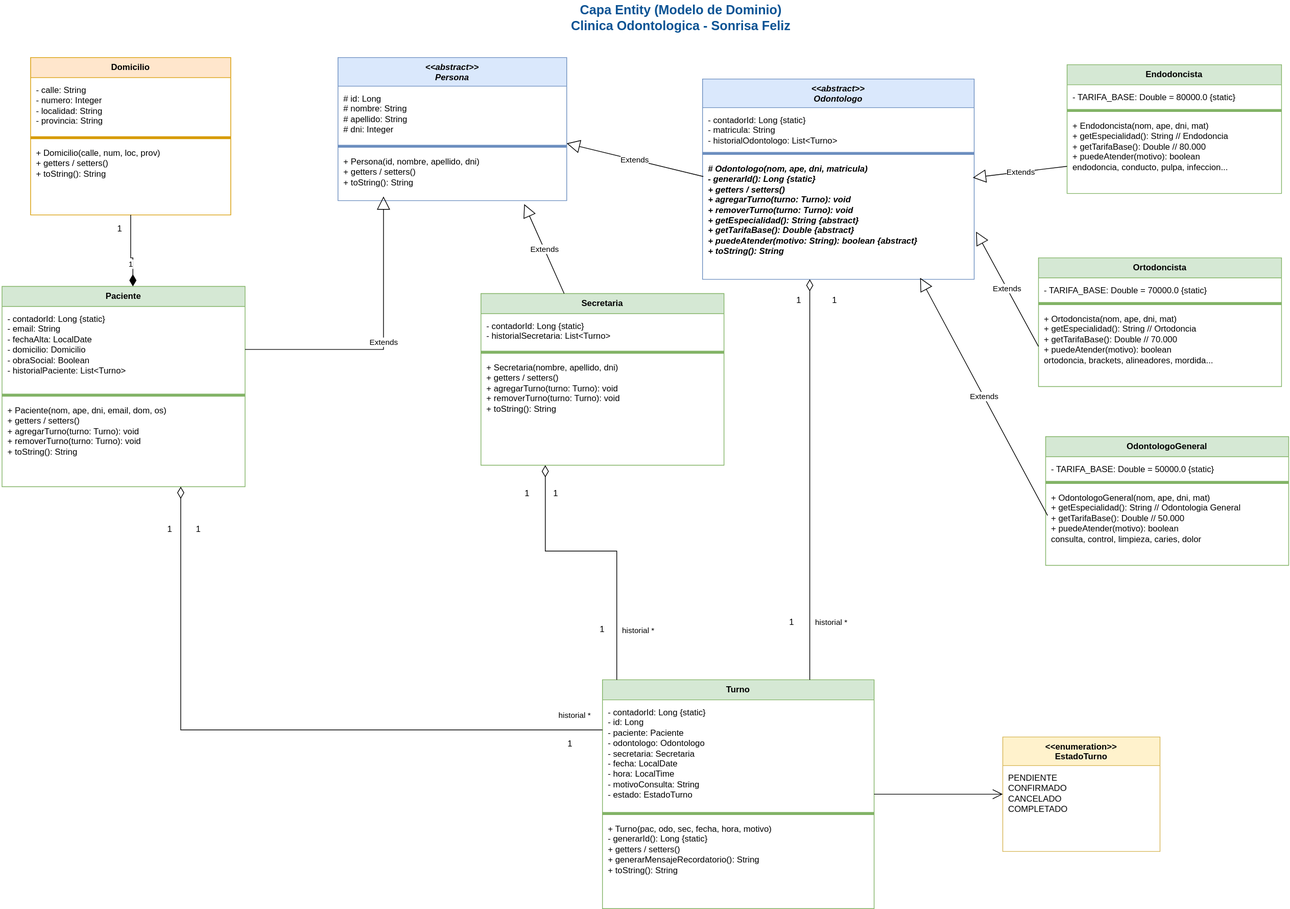
Above: uml_Entity.drawio.svg in bautista00/Proyecto_ClinicaOdontologica (draw.io), before the change. Source tidied: cells renumbered, new cells last; positions are measured from the earlier drawing's top-left corner, leaving out a move shared by most shapes.
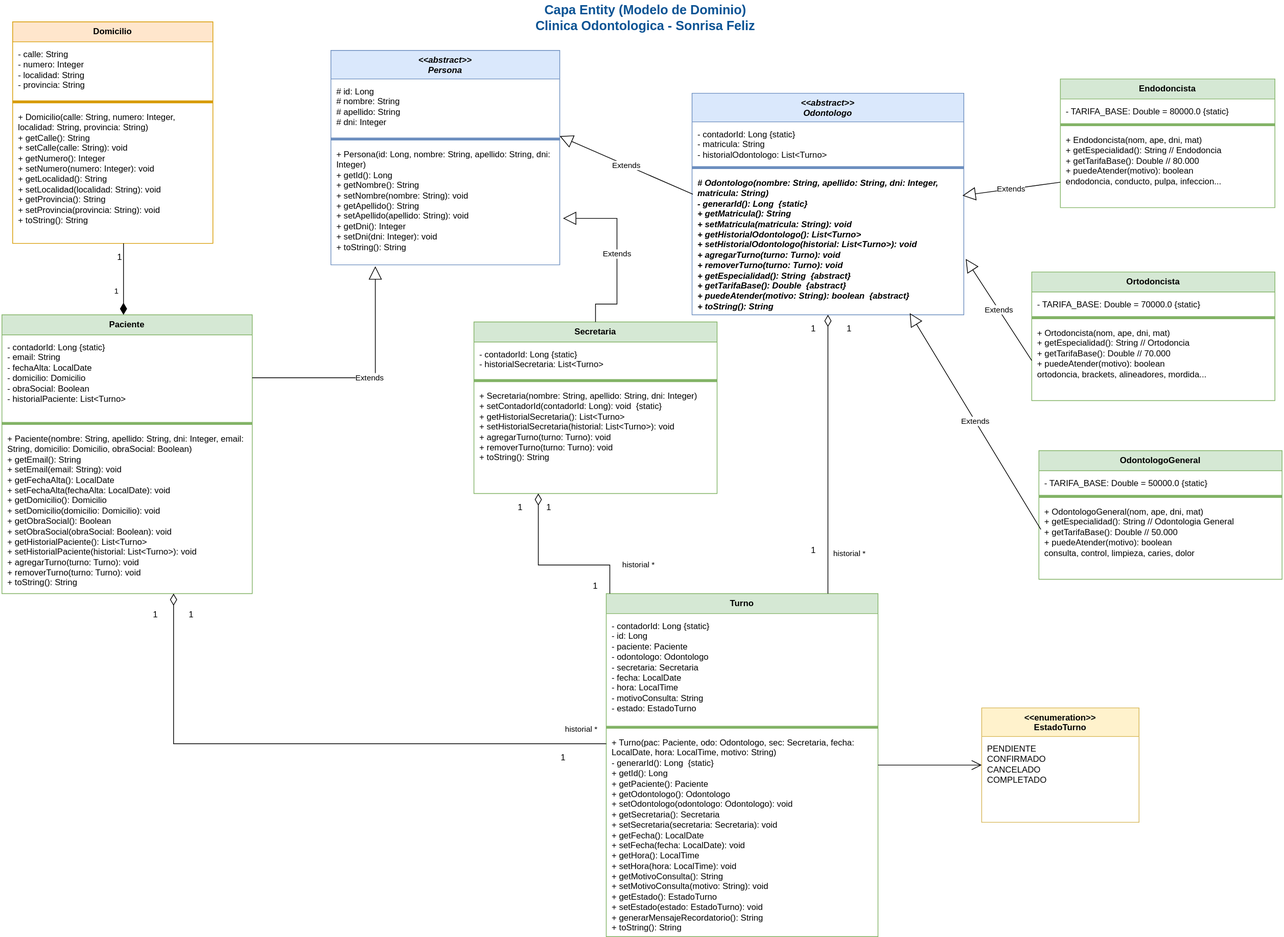
The same diagram one commit later.

Diff of the diagram source:
```diff
@@ -3,10 +3,10 @@
     <mxCell id="0" />
     <mxCell id="1" parent="0" />
     <mxCell id="2" value="Capa Entity (Modelo de Dominio)&#10;Clinica Odontologica - Sonrisa Feliz" style="text;html=1;strokeColor=none;fillColor=none;align=center;verticalAlign=middle;whiteSpace=wrap;rounded=0;fontSize=18;fontStyle=1;fontColor=#0B5394;" parent="1" vertex="1">
-      <mxGeometry x="600" width="700" height="50" as="geometry" />
+      <mxGeometry x="560" y="-20" width="700" height="50" as="geometry" />
     </mxCell>
     <mxCell id="3" value="&lt;&lt;abstract&gt;&gt;&#10;Persona" style="swimlane;fontStyle=3;align=center;verticalAlign=top;horizontal=1;startSize=40;horizontalStackLayout=0;fillColor=#dae8fc;strokeColor=#6c8ebf;" parent="1" vertex="1">
-      <mxGeometry x="470" y="80" width="320" height="200" as="geometry" />
+      <mxGeometry x="470" y="50" width="320" height="300" as="geometry" />
     </mxCell>
     <mxCell id="4" value="# id: Long&#10;# nombre: String&#10;# apellido: String&#10;# dni: Integer" style="text;strokeColor=none;fillColor=none;align=left;verticalAlign=top;spacingLeft=6;spacingTop=4;whiteSpace=wrap;" parent="3" vertex="1">
       <mxGeometry y="40" width="320" height="80" as="geometry" />
@@ -14,11 +14,11 @@
     <mxCell id="5" style="line;strokeColor=#6c8ebf;" parent="3" vertex="1">
       <mxGeometry y="120" width="320" height="8" as="geometry" />
     </mxCell>
-    <mxCell id="6" value="+ Persona(id, nombre, apellido, dni)&#10;+ getters / setters()&#10;+ toString(): String" style="text;strokeColor=none;fillColor=none;align=left;verticalAlign=top;spacingLeft=6;spacingTop=4;whiteSpace=wrap;" parent="3" vertex="1">
-      <mxGeometry y="128" width="320" height="72" as="geometry" />
+    <mxCell id="6" value="+ Persona(id: Long, nombre: String, apellido: String, dni: Integer)&#10;+ getId(): Long&#10;+ getNombre(): String&#10;+ setNombre(nombre: String): void&#10;+ getApellido(): String&#10;+ setApellido(apellido: String): void&#10;+ getDni(): Integer&#10;+ setDni(dni: Integer): void&#10;+ toString(): String" style="text;strokeColor=none;fillColor=none;align=left;verticalAlign=top;spacingLeft=6;spacingTop=4;whiteSpace=wrap;" parent="3" vertex="1">
+      <mxGeometry y="128" width="320" height="172" as="geometry" />
     </mxCell>
     <mxCell id="7" value="Domicilio" style="swimlane;fontStyle=1;align=center;verticalAlign=top;horizontal=1;startSize=28;horizontalStackLayout=0;fillColor=#ffe6cc;strokeColor=#d79b00;" parent="1" vertex="1">
-      <mxGeometry x="40" y="80" width="280" height="220" as="geometry" />
+      <mxGeometry x="25" y="10" width="280" height="310" as="geometry" />
     </mxCell>
     <mxCell id="8" value="- calle: String&#10;- numero: Integer&#10;- localidad: String&#10;- provincia: String" style="text;strokeColor=none;fillColor=none;align=left;verticalAlign=top;spacingLeft=6;spacingTop=4;whiteSpace=wrap;" parent="7" vertex="1">
       <mxGeometry y="28" width="280" height="80" as="geometry" />
@@ -26,23 +26,23 @@
     <mxCell id="9" style="line;strokeColor=#d79b00;" parent="7" vertex="1">
       <mxGeometry y="108" width="280" height="8" as="geometry" />
     </mxCell>
-    <mxCell id="10" value="+ Domicilio(calle, num, loc, prov)&#10;+ getters / setters()&#10;+ toString(): String" style="text;strokeColor=none;fillColor=none;align=left;verticalAlign=top;spacingLeft=6;spacingTop=4;whiteSpace=wrap;" parent="7" vertex="1">
-      <mxGeometry y="116" width="280" height="104" as="geometry" />
+    <mxCell id="10" value="+ Domicilio(calle: String, numero: Integer, localidad: String, provincia: String)&#10;+ getCalle(): String&#10;+ setCalle(calle: String): void&#10;+ getNumero(): Integer&#10;+ setNumero(numero: Integer): void&#10;+ getLocalidad(): String&#10;+ setLocalidad(localidad: String): void&#10;+ getProvincia(): String&#10;+ setProvincia(provincia: String): void&#10;+ toString(): String" style="text;strokeColor=none;fillColor=none;align=left;verticalAlign=top;spacingLeft=6;spacingTop=4;whiteSpace=wrap;" parent="7" vertex="1">
+      <mxGeometry y="116" width="280" height="194" as="geometry" />
     </mxCell>
     <mxCell id="11" value="Paciente" style="swimlane;fontStyle=1;align=center;verticalAlign=top;horizontal=1;startSize=28;horizontalStackLayout=0;fillColor=#d5e8d4;strokeColor=#82b366;" parent="1" vertex="1">
-      <mxGeometry y="400" width="340" height="280" as="geometry" />
+      <mxGeometry x="10" y="420" width="350" height="390" as="geometry" />
     </mxCell>
     <mxCell id="12" value="- contadorId: Long  {static}&#10;- email: String&#10;- fechaAlta: LocalDate&#10;- domicilio: Domicilio&#10;- obraSocial: Boolean&#10;- historialPaciente: List&lt;Turno&gt;" style="text;strokeColor=none;fillColor=none;align=left;verticalAlign=top;spacingLeft=6;spacingTop=4;whiteSpace=wrap;" parent="11" vertex="1">
-      <mxGeometry y="28" width="340" height="120" as="geometry" />
+      <mxGeometry y="28" width="350" height="120" as="geometry" />
     </mxCell>
     <mxCell id="13" style="line;strokeColor=#82b366;" parent="11" vertex="1">
-      <mxGeometry y="148" width="340" height="8" as="geometry" />
+      <mxGeometry y="148" width="350" height="8" as="geometry" />
     </mxCell>
-    <mxCell id="14" value="+ Paciente(nom, ape, dni, email, dom, os)&#10;+ getters / setters()&#10;+ agregarTurno(turno: Turno): void&#10;+ removerTurno(turno: Turno): void&#10;+ toString(): String" style="text;strokeColor=none;fillColor=none;align=left;verticalAlign=top;spacingLeft=6;spacingTop=4;whiteSpace=wrap;" parent="11" vertex="1">
-      <mxGeometry y="156" width="340" height="124" as="geometry" />
+    <mxCell id="14" value="+ Paciente(nombre: String, apellido: String, dni: Integer, email: String, domicilio: Domicilio, obraSocial: Boolean)&#10;+ getEmail(): String&#10;+ setEmail(email: String): void&#10;+ getFechaAlta(): LocalDate&#10;+ setFechaAlta(fechaAlta: LocalDate): void&#10;+ getDomicilio(): Domicilio&#10;+ setDomicilio(domicilio: Domicilio): void&#10;+ getObraSocial(): Boolean&#10;+ setObraSocial(obraSocial: Boolean): void&#10;+ getHistorialPaciente(): List&lt;Turno&gt;&#10;+ setHistorialPaciente(historial: List&lt;Turno&gt;): void&#10;+ agregarTurno(turno: Turno): void&#10;+ removerTurno(turno: Turno): void&#10;+ toString(): String" style="text;strokeColor=none;fillColor=none;align=left;verticalAlign=top;spacingLeft=6;spacingTop=4;whiteSpace=wrap;" parent="11" vertex="1">
+      <mxGeometry y="156" width="350" height="234" as="geometry" />
     </mxCell>
     <mxCell id="15" value="&lt;&lt;abstract&gt;&gt;&#10;Odontologo" style="swimlane;fontStyle=3;align=center;verticalAlign=top;horizontal=1;startSize=40;horizontalStackLayout=0;fillColor=#dae8fc;strokeColor=#6c8ebf;" parent="1" vertex="1">
-      <mxGeometry x="980" y="110" width="380" height="280" as="geometry" />
+      <mxGeometry x="975" y="110" width="380" height="310" as="geometry" />
     </mxCell>
     <mxCell id="16" value="- contadorId: Long  {static}&#10;- matricula: String&#10;- historialOdontologo: List&lt;Turno&gt;" style="text;strokeColor=none;fillColor=none;align=left;verticalAlign=top;spacingLeft=6;spacingTop=4;whiteSpace=wrap;" parent="15" vertex="1">
       <mxGeometry y="40" width="380" height="60" as="geometry" />
@@ -50,11 +50,11 @@
     <mxCell id="17" style="line;strokeColor=#6c8ebf;" parent="15" vertex="1">
       <mxGeometry y="100" width="380" height="8" as="geometry" />
     </mxCell>
-    <mxCell id="18" value="# Odontologo(nom, ape, dni, matricula)&#10;- generarId(): Long  {static}&#10;+ getters / setters()&#10;+ agregarTurno(turno: Turno): void&#10;+ removerTurno(turno: Turno): void&#10;+ getEspecialidad(): String   {abstract}&#10;+ getTarifaBase(): Double   {abstract}&#10;+ puedeAtender(motivo: String): boolean   {abstract}&#10;+ toString(): String" style="text;strokeColor=none;fillColor=none;align=left;verticalAlign=top;spacingLeft=6;spacingTop=4;whiteSpace=wrap;fontStyle=3;" parent="15" vertex="1">
-      <mxGeometry y="108" width="380" height="172" as="geometry" />
+    <mxCell id="18" value="# Odontologo(nombre: String, apellido: String, dni: Integer, matricula: String)&#10;- generarId(): Long  {static}&#10;+ getMatricula(): String&#10;+ setMatricula(matricula: String): void&#10;+ getHistorialOdontologo(): List&lt;Turno&gt;&#10;+ setHistorialOdontologo(historial: List&lt;Turno&gt;): void&#10;+ agregarTurno(turno: Turno): void&#10;+ removerTurno(turno: Turno): void&#10;+ getEspecialidad(): String  {abstract}&#10;+ getTarifaBase(): Double  {abstract}&#10;+ puedeAtender(motivo: String): boolean  {abstract}&#10;+ toString(): String" style="text;strokeColor=none;fillColor=none;align=left;verticalAlign=top;spacingLeft=6;spacingTop=4;whiteSpace=wrap;fontStyle=3;" parent="15" vertex="1">
+      <mxGeometry y="108" width="380" height="202" as="geometry" />
     </mxCell>
     <mxCell id="19" value="Secretaria" style="swimlane;fontStyle=1;align=center;verticalAlign=top;horizontal=1;startSize=28;horizontalStackLayout=0;fillColor=#d5e8d4;strokeColor=#82b366;" parent="1" vertex="1">
-      <mxGeometry x="670" y="410" width="340" height="240" as="geometry" />
+      <mxGeometry x="670" y="430" width="340" height="240" as="geometry" />
     </mxCell>
     <mxCell id="20" value="- contadorId: Long  {static}&#10;- historialSecretaria: List&lt;Turno&gt;" style="text;strokeColor=none;fillColor=none;align=left;verticalAlign=top;spacingLeft=6;spacingTop=4;whiteSpace=wrap;" parent="19" vertex="1">
       <mxGeometry y="28" width="340" height="50" as="geometry" />
@@ -62,7 +62,7 @@
     <mxCell id="21" style="line;strokeColor=#82b366;" parent="19" vertex="1">
       <mxGeometry y="78" width="340" height="8" as="geometry" />
     </mxCell>
-    <mxCell id="22" value="+ Secretaria(nombre, apellido, dni)&#10;+ getters / setters()&#10;+ agregarTurno(turno: Turno): void&#10;+ removerTurno(turno: Turno): void&#10;+ toString(): String" style="text;strokeColor=none;fillColor=none;align=left;verticalAlign=top;spacingLeft=6;spacingTop=4;whiteSpace=wrap;" parent="19" vertex="1">
+    <mxCell id="22" value="+ Secretaria(nombre: String, apellido: String, dni: Integer)&#10;+ setContadorId(contadorId: Long): void  {static}&#10;+ getHistorialSecretaria(): List&lt;Turno&gt;&#10;+ setHistorialSecretaria(historial: List&lt;Turno&gt;): void&#10;+ agregarTurno(turno: Turno): void&#10;+ removerTurno(turno: Turno): void&#10;+ toString(): String" style="text;strokeColor=none;fillColor=none;align=left;verticalAlign=top;spacingLeft=6;spacingTop=4;whiteSpace=wrap;" parent="19" vertex="1">
       <mxGeometry y="86" width="340" height="154" as="geometry" />
     </mxCell>
     <mxCell id="23" value="OdontologoGeneral" style="swimlane;fontStyle=1;align=center;verticalAlign=top;horizontal=1;startSize=28;horizontalStackLayout=0;fillColor=#d5e8d4;strokeColor=#82b366;" parent="1" vertex="1">
@@ -102,7 +102,7 @@
       <mxGeometry y="68" width="300" height="112" as="geometry" />
     </mxCell>
     <mxCell id="35" value="Turno" style="swimlane;fontStyle=1;align=center;verticalAlign=top;horizontal=1;startSize=28;horizontalStackLayout=0;fillColor=#d5e8d4;strokeColor=#82b366;" parent="1" vertex="1">
-      <mxGeometry x="840" y="950" width="380" height="320" as="geometry" />
+      <mxGeometry x="855" y="810" width="380" height="480" as="geometry" />
     </mxCell>
     <mxCell id="36" value="- contadorId: Long  {static}&#10;- id: Long&#10;- paciente: Paciente&#10;- odontologo: Odontologo&#10;- secretaria: Secretaria&#10;- fecha: LocalDate&#10;- hora: LocalTime&#10;- motivoConsulta: String&#10;- estado: EstadoTurno" style="text;strokeColor=none;fillColor=none;align=left;verticalAlign=top;spacingLeft=6;spacingTop=4;whiteSpace=wrap;" parent="35" vertex="1">
       <mxGeometry y="28" width="380" height="155" as="geometry" />
@@ -110,20 +110,20 @@
     <mxCell id="37" style="line;strokeColor=#82b366;" parent="35" vertex="1">
       <mxGeometry y="183" width="380" height="8" as="geometry" />
     </mxCell>
-    <mxCell id="38" value="+ Turno(pac, odo, sec, fecha, hora, motivo)&#10;- generarId(): Long  {static}&#10;+ getters / setters()&#10;+ generarMensajeRecordatorio(): String&#10;+ toString(): String" style="text;strokeColor=none;fillColor=none;align=left;verticalAlign=top;spacingLeft=6;spacingTop=4;whiteSpace=wrap;" parent="35" vertex="1">
-      <mxGeometry y="191" width="380" height="129" as="geometry" />
+    <mxCell id="38" value="+ Turno(pac: Paciente, odo: Odontologo, sec: Secretaria, fecha: LocalDate, hora: LocalTime, motivo: String)&#10;- generarId(): Long  {static}&#10;+ getId(): Long&#10;+ getPaciente(): Paciente&#10;+ getOdontologo(): Odontologo&#10;+ setOdontologo(odontologo: Odontologo): void&#10;+ getSecretaria(): Secretaria&#10;+ setSecretaria(secretaria: Secretaria): void&#10;+ getFecha(): LocalDate&#10;+ setFecha(fecha: LocalDate): void&#10;+ getHora(): LocalTime&#10;+ setHora(hora: LocalTime): void&#10;+ getMotivoConsulta(): String&#10;+ setMotivoConsulta(motivo: String): void&#10;+ getEstado(): EstadoTurno&#10;+ setEstado(estado: EstadoTurno): void&#10;+ generarMensajeRecordatorio(): String&#10;+ toString(): String" style="text;strokeColor=none;fillColor=none;align=left;verticalAlign=top;spacingLeft=6;spacingTop=4;whiteSpace=wrap;" parent="35" vertex="1">
+      <mxGeometry y="191" width="380" height="289" as="geometry" />
     </mxCell>
     <mxCell id="39" value="&lt;&lt;enumeration&gt;&gt;&#10;EstadoTurno" style="swimlane;fontStyle=1;align=center;verticalAlign=top;horizontal=1;startSize=40;horizontalStackLayout=0;fillColor=#fff2cc;strokeColor=#d6b656;" parent="1" vertex="1">
-      <mxGeometry x="1400" y="1030" width="220" height="160" as="geometry" />
+      <mxGeometry x="1380" y="970" width="220" height="160" as="geometry" />
     </mxCell>
     <mxCell id="40" value="PENDIENTE&#10;CONFIRMADO&#10;CANCELADO&#10;COMPLETADO" style="text;strokeColor=none;fillColor=none;align=left;verticalAlign=top;spacingLeft=6;spacingTop=4;whiteSpace=wrap;" parent="39" vertex="1">
       <mxGeometry y="40" width="220" height="120" as="geometry" />
     </mxCell>
     <mxCell id="41" value="1" style="edgeStyle=orthogonalEdgeStyle;rounded=0;jettySize=auto;html=1;startArrow=diamondThin;startFill=1;startSize=14;endArrow=none;strokeColor=#000000;" parent="1" edge="1" source="11" target="7">
-      <mxGeometry x="-0.42" y="3" relative="1" as="geometry">
+      <mxGeometry x="-0.33" y="10" relative="1" as="geometry">
         <Array as="points">
-          <mxPoint x="183" y="360" />
-          <mxPoint x="180" y="360" />
+          <mxPoint x="180" y="400" />
+          <mxPoint x="180" y="400" />
         </Array>
       </mxGeometry>
     </mxCell>
@@ -146,7 +146,7 @@
       </mxGeometry>
     </mxCell>
     <mxCell id="45" value="historial *" style="edgeStyle=orthogonalEdgeStyle;rounded=0;jettySize=auto;html=1;startArrow=diamondThin;startFill=0;startSize=14;endArrow=none;strokeColor=#000000;" parent="1" edge="1" source="19" target="35">
-      <mxGeometry x="0.65" y="30" relative="1" as="geometry">
+      <mxGeometry x="0.67" y="40" relative="1" as="geometry">
         <Array as="points">
           <mxPoint x="760" y="770" />
           <mxPoint x="860" y="770" />
@@ -165,20 +165,26 @@
     <mxCell id="49" value="Extends" style="endArrow=block;endSize=16;endFill=0;html=1;rounded=0;entryX=1;entryY=1;entryDx=0;entryDy=0;exitX=0.003;exitY=0.165;exitDx=0;exitDy=0;exitPerimeter=0;" parent="1" edge="1" source="18" target="4">
       <mxGeometry relative="1" as="geometry" />
     </mxCell>
-    <mxCell id="50" value="Extends" style="endArrow=block;endSize=16;endFill=0;html=1;rounded=0;entryX=0.814;entryY=1.068;entryDx=0;entryDy=0;entryPerimeter=0;" parent="1" edge="1" source="19" target="6">
-      <mxGeometry relative="1" as="geometry" />
+    <mxCell id="50" value="Extends" style="endArrow=block;endSize=16;endFill=0;html=1;rounded=0;edgeStyle=orthogonalEdgeStyle;entryX=1.014;entryY=0.622;entryDx=0;entryDy=0;entryPerimeter=0;" parent="1" edge="1" source="19" target="6">
+      <mxGeometry relative="1" as="geometry">
+        <Array as="points">
+          <mxPoint x="840" y="405" />
+          <mxPoint x="870" y="405" />
+          <mxPoint x="870" y="285" />
+        </Array>
+      </mxGeometry>
     </mxCell>
-    <mxCell id="51" value="Extends" style="endArrow=block;endSize=16;endFill=0;html=1;rounded=0;entryX=0.199;entryY=0.919;entryDx=0;entryDy=0;entryPerimeter=0;edgeStyle=orthogonalEdgeStyle;" parent="1" edge="1" source="12" target="6">
+    <mxCell id="51" value="Extends" style="endArrow=block;endSize=16;endFill=0;html=1;rounded=0;edgeStyle=orthogonalEdgeStyle;entryX=0.194;entryY=1.012;entryDx=0;entryDy=0;entryPerimeter=0;" parent="1" edge="1" source="12" target="6">
       <mxGeometry relative="1" as="geometry" />
     </mxCell>
     <mxCell id="52" value="1" style="text;html=1;whiteSpace=wrap;strokeColor=none;fillColor=none;align=center;verticalAlign=middle;rounded=0;" parent="1" vertex="1">
-      <mxGeometry x="150" y="310" width="30" height="20" as="geometry" />
+      <mxGeometry x="160" y="330" width="30" height="20" as="geometry" />
     </mxCell>
     <mxCell id="53" value="1" style="text;html=1;whiteSpace=wrap;strokeColor=none;fillColor=none;align=center;verticalAlign=middle;rounded=0;" parent="1" vertex="1">
-      <mxGeometry x="220" y="730" width="30" height="20" as="geometry" />
+      <mxGeometry x="210" y="830" width="30" height="20" as="geometry" />
     </mxCell>
     <mxCell id="54" value="1" style="text;html=1;whiteSpace=wrap;strokeColor=none;fillColor=none;align=center;verticalAlign=middle;rounded=0;" parent="1" vertex="1">
-      <mxGeometry x="1100" y="410" width="30" height="20" as="geometry" />
+      <mxGeometry x="1130" y="430" width="30" height="20" as="geometry" />
     </mxCell>
     <mxCell id="55" value="1" style="text;html=1;whiteSpace=wrap;strokeColor=none;fillColor=none;align=center;verticalAlign=middle;rounded=0;" parent="1" vertex="1">
       <mxGeometry x="760" y="680" width="30" height="20" as="geometry" />
@@ -187,19 +193,19 @@
       <mxGeometry x="720" y="680" width="30" height="20" as="geometry" />
     </mxCell>
     <mxCell id="57" value="1" style="text;html=1;whiteSpace=wrap;strokeColor=none;fillColor=none;align=center;verticalAlign=middle;rounded=0;" parent="1" vertex="1">
-      <mxGeometry x="825" y="870" width="30" height="20" as="geometry" />
+      <mxGeometry x="825" y="790" width="30" height="20" as="geometry" />
     </mxCell>
     <mxCell id="58" value="1" style="text;html=1;whiteSpace=wrap;strokeColor=none;fillColor=none;align=center;verticalAlign=middle;rounded=0;" parent="1" vertex="1">
-      <mxGeometry x="260" y="730" width="30" height="20" as="geometry" />
+      <mxGeometry x="260" y="830" width="30" height="20" as="geometry" />
     </mxCell>
     <mxCell id="59" value="1" style="text;html=1;whiteSpace=wrap;strokeColor=none;fillColor=none;align=center;verticalAlign=middle;rounded=0;" parent="1" vertex="1">
       <mxGeometry x="780" y="1030" width="30" height="20" as="geometry" />
     </mxCell>
     <mxCell id="60" value="1" style="text;html=1;whiteSpace=wrap;strokeColor=none;fillColor=none;align=center;verticalAlign=middle;rounded=0;" parent="1" vertex="1">
-      <mxGeometry x="1150" y="410" width="30" height="20" as="geometry" />
+      <mxGeometry x="1180" y="430" width="30" height="20" as="geometry" />
     </mxCell>
     <mxCell id="61" value="1" style="text;html=1;whiteSpace=wrap;strokeColor=none;fillColor=none;align=center;verticalAlign=middle;rounded=0;" parent="1" vertex="1">
-      <mxGeometry x="1090" y="860" width="30" height="20" as="geometry" />
+      <mxGeometry x="1130" y="740" width="30" height="20" as="geometry" />
     </mxCell>
   </root>
 </mxGraphModel>
```
